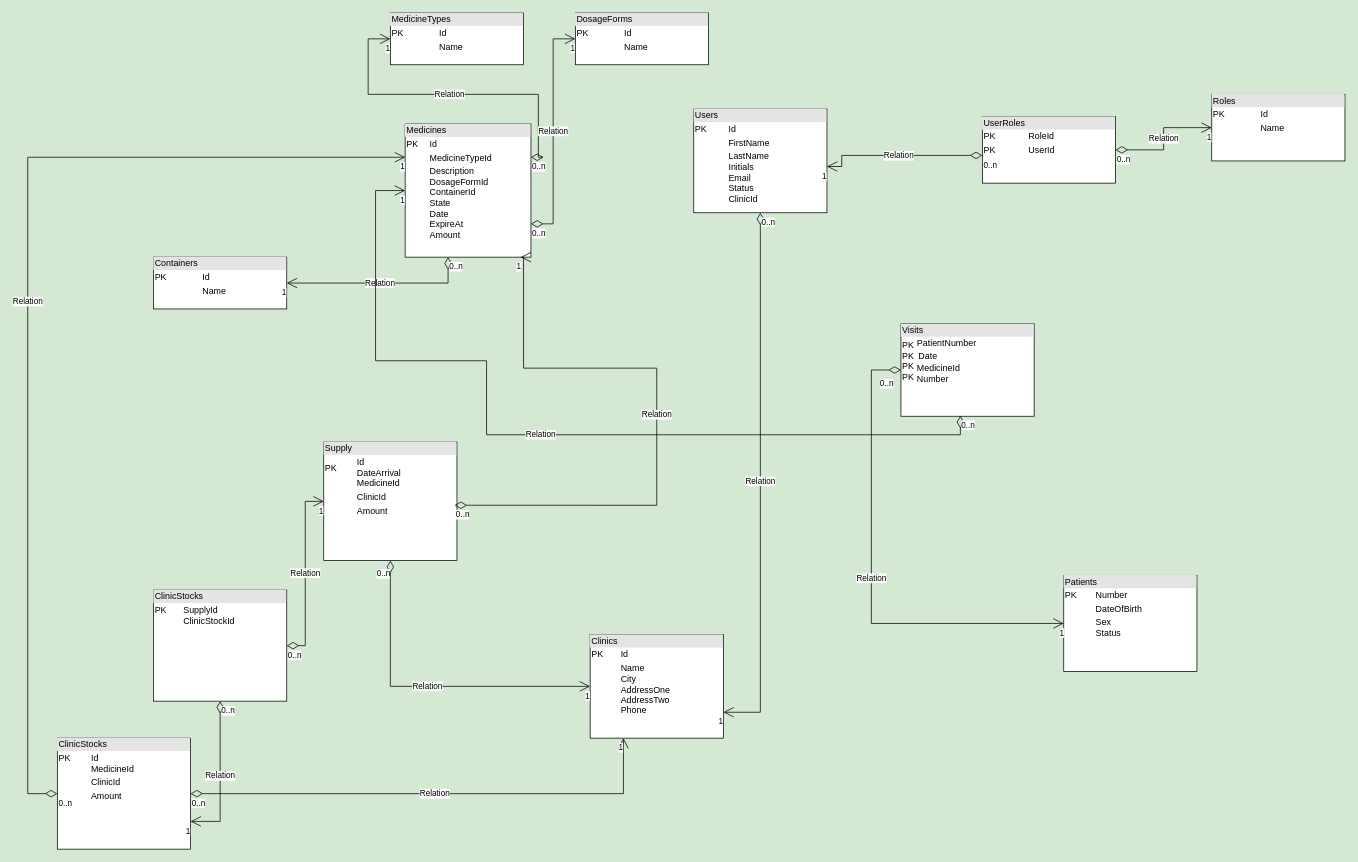
Before: diagram/MedicalResearch.drawio in ByklinDev/medical-research, a draw.io diagram. Source tidied: cells renumbered, new cells numbered last; positions are measured from the earlier drawing's top-left corner, leaving out a move shared by most shapes. Both pictures are drawn from the tidied source at 74%, with x=0, y=0 at pixel (27, 13).
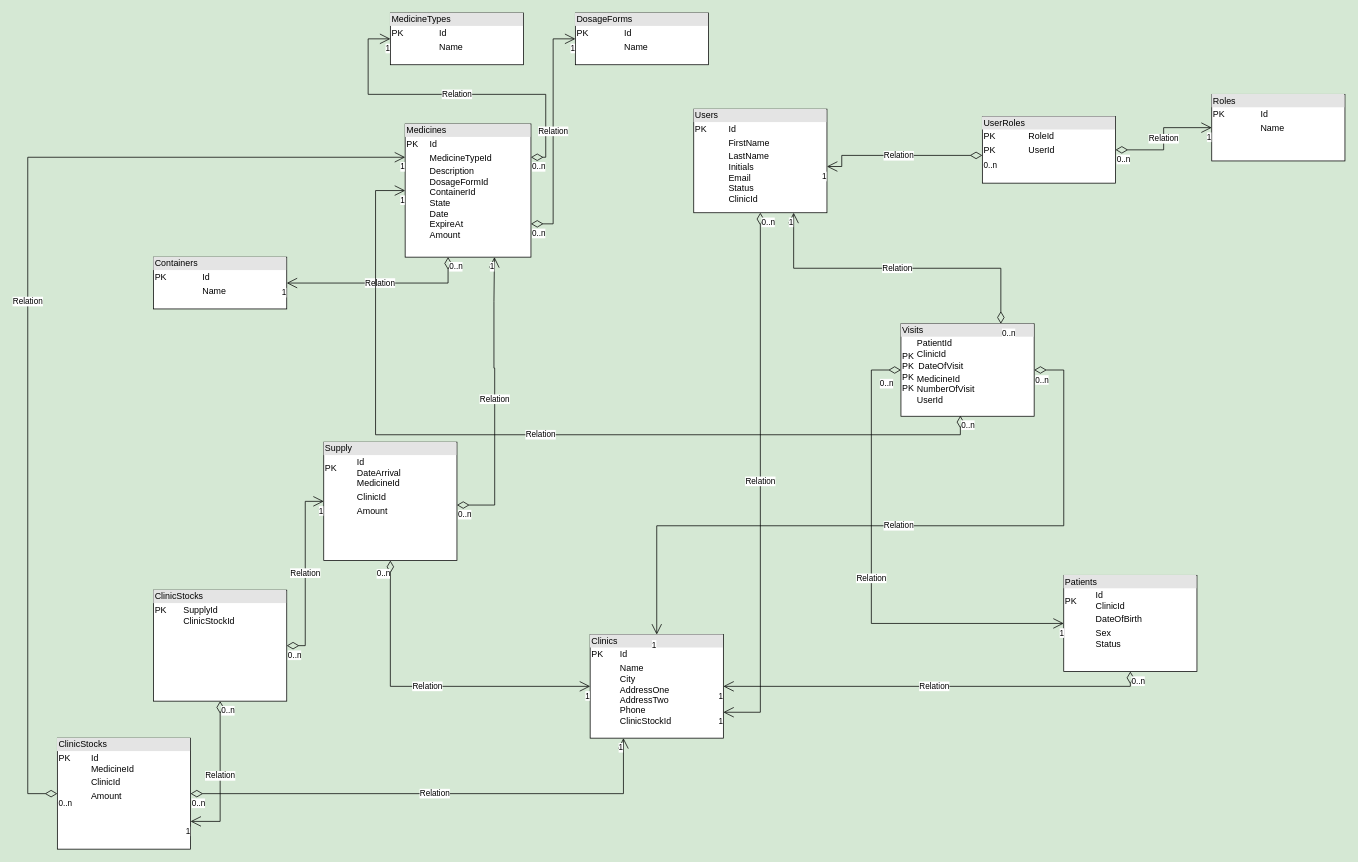
Above is the later version.

Unchanged cells that the change refers to:
```xml
<mxCell id="2" value="&lt;div style=&quot;box-sizing: border-box; width: 100%; background: rgb(228, 228, 228); padding: 2px;&quot;&gt;Users&lt;/div&gt;&lt;table style=&quot;width:100%;font-size:1em;&quot; cellpadding=&quot;2&quot; cellspacing=&quot;0&quot;&gt;&lt;tbody&gt;&lt;tr&gt;&lt;td&gt;PK&lt;/td&gt;&lt;td&gt;Id&lt;/td&gt;&lt;/tr&gt;&lt;tr&gt;&lt;td&gt;&lt;br&gt;&lt;/td&gt;&lt;td&gt;FirstName&lt;/td&gt;&lt;/tr&gt;&lt;tr&gt;&lt;td&gt;&lt;/td&gt;&lt;td&gt;LastName&lt;br&gt;Initials&lt;br&gt;Email&lt;br&gt;Status&lt;br&gt;ClinicId&lt;/td&gt;&lt;/tr&gt;&lt;/tbody&gt;&lt;/table&gt;" style="verticalAlign=top;align=left;overflow=fill;html=1;whiteSpace=wrap;" parent="1" vertex="1">
  <mxGeometry x="900" y="130" width="180" height="140" as="geometry" />
</mxCell>
<mxCell id="4" value="&lt;div style=&quot;box-sizing: border-box; width: 100%; background: rgb(228, 228, 228); padding: 2px;&quot;&gt;MedicineTypes&lt;/div&gt;&lt;table style=&quot;width:100%;font-size:1em;&quot; cellpadding=&quot;2&quot; cellspacing=&quot;0&quot;&gt;&lt;tbody&gt;&lt;tr&gt;&lt;td&gt;PK&lt;/td&gt;&lt;td&gt;Id&lt;/td&gt;&lt;/tr&gt;&lt;tr&gt;&lt;td&gt;&lt;br&gt;&lt;/td&gt;&lt;td&gt;Name&lt;/td&gt;&lt;/tr&gt;&lt;tr&gt;&lt;td&gt;&lt;/td&gt;&lt;td&gt;&lt;br&gt;&lt;/td&gt;&lt;/tr&gt;&lt;/tbody&gt;&lt;/table&gt;" style="verticalAlign=top;align=left;overflow=fill;html=1;whiteSpace=wrap;" parent="1" vertex="1">
  <mxGeometry x="490" width="180" height="70" as="geometry" />
</mxCell>
<mxCell id="6" value="&lt;div style=&quot;box-sizing: border-box; width: 100%; background: rgb(228, 228, 228); padding: 2px;&quot;&gt;Medicines&lt;/div&gt;&lt;table style=&quot;width:100%;font-size:1em;&quot; cellpadding=&quot;2&quot; cellspacing=&quot;0&quot;&gt;&lt;tbody&gt;&lt;tr&gt;&lt;td&gt;PK&lt;/td&gt;&lt;td&gt;Id&lt;/td&gt;&lt;/tr&gt;&lt;tr&gt;&lt;td&gt;&lt;br&gt;&lt;/td&gt;&lt;td&gt;MedicineTypeId&lt;/td&gt;&lt;/tr&gt;&lt;tr&gt;&lt;td&gt;&lt;/td&gt;&lt;td&gt;Description&lt;br&gt;DosageFormId&lt;br&gt;ContainerId&lt;br&gt;State&lt;br&gt;Date&lt;br&gt;ExpireAt&lt;br&gt;Amount&lt;br&gt;&lt;br&gt;&lt;br&gt;&lt;br&gt;&lt;br&gt;&lt;/td&gt;&lt;/tr&gt;&lt;/tbody&gt;&lt;/table&gt;" style="verticalAlign=top;align=left;overflow=fill;html=1;whiteSpace=wrap;" parent="1" vertex="1">
  <mxGeometry x="510" y="150" width="170" height="180" as="geometry" />
</mxCell>
<mxCell id="9" value="&lt;div style=&quot;box-sizing: border-box; width: 100%; background: rgb(228, 228, 228); padding: 2px;&quot;&gt;Supply&lt;/div&gt;&lt;table style=&quot;width:100%;font-size:1em;&quot; cellpadding=&quot;2&quot; cellspacing=&quot;0&quot;&gt;&lt;tbody&gt;&lt;tr&gt;&lt;td&gt;PK&lt;br&gt;&lt;br&gt;&lt;/td&gt;&lt;td&gt;Id&lt;br&gt;DateArrival&lt;br&gt;MedicineId&lt;/td&gt;&lt;/tr&gt;&lt;tr&gt;&lt;td&gt;&lt;br&gt;&lt;/td&gt;&lt;td&gt;ClinicId&lt;/td&gt;&lt;/tr&gt;&lt;tr&gt;&lt;td&gt;&lt;/td&gt;&lt;td&gt;Amount&lt;br&gt;&lt;br&gt;&lt;/td&gt;&lt;/tr&gt;&lt;/tbody&gt;&lt;/table&gt;" style="verticalAlign=top;align=left;overflow=fill;html=1;whiteSpace=wrap;" parent="1" vertex="1">
  <mxGeometry x="400" y="580" width="180" height="160" as="geometry" />
</mxCell>
```

Change to the diagram source:
```diff
@@
-    <mxCell id="10" value="&lt;div style=&quot;box-sizing: border-box; width: 100%; background: rgb(228, 228, 228); padding: 2px;&quot;&gt;Clinics&lt;/div&gt;&lt;table style=&quot;width:100%;font-size:1em;&quot; cellpadding=&quot;2&quot; cellspacing=&quot;0&quot;&gt;&lt;tbody&gt;&lt;tr&gt;&lt;td&gt;PK&lt;/td&gt;&lt;td&gt;Id&lt;/td&gt;&lt;/tr&gt;&lt;tr&gt;&lt;td&gt;&lt;br&gt;&lt;/td&gt;&lt;td&gt;Name&lt;br&gt;City&lt;br&gt;AddressOne&lt;br&gt;AddressTwo&lt;br&gt;Phone&lt;/td&gt;&lt;/tr&gt;&lt;tr&gt;&lt;td&gt;&lt;/td&gt;&lt;td&gt;&lt;br&gt;&lt;/td&gt;&lt;/tr&gt;&lt;/tbody&gt;&lt;/table&gt;" style="verticalAlign=top;align=left;overflow=fill;html=1;whiteSpace=wrap;" parent="1" vertex="1">
+    <mxCell id="10" value="&lt;div style=&quot;box-sizing: border-box; width: 100%; background: rgb(228, 228, 228); padding: 2px;&quot;&gt;Clinics&lt;/div&gt;&lt;table style=&quot;width:100%;font-size:1em;&quot; cellpadding=&quot;2&quot; cellspacing=&quot;0&quot;&gt;&lt;tbody&gt;&lt;tr&gt;&lt;td&gt;PK&lt;/td&gt;&lt;td&gt;Id&lt;/td&gt;&lt;/tr&gt;&lt;tr&gt;&lt;td&gt;&lt;br&gt;&lt;/td&gt;&lt;td&gt;Name&lt;br&gt;City&lt;br&gt;AddressOne&lt;br&gt;AddressTwo&lt;br&gt;Phone&lt;br&gt;ClinicStockId&lt;/td&gt;&lt;/tr&gt;&lt;tr&gt;&lt;td&gt;&lt;/td&gt;&lt;td&gt;&lt;br&gt;&lt;/td&gt;&lt;/tr&gt;&lt;/tbody&gt;&lt;/table&gt;" style="verticalAlign=top;align=left;overflow=fill;html=1;whiteSpace=wrap;" parent="1" vertex="1">
       <mxGeometry x="760" y="840" width="180" height="140" as="geometry" />
     </mxCell>
-    <mxCell id="11" value="Relation" style="endArrow=open;html=1;endSize=12;startArrow=diamondThin;startSize=14;startFill=0;edgeStyle=orthogonalEdgeStyle;rounded=0;exitX=0.982;exitY=0.533;exitDx=0;exitDy=0;entryX=0.918;entryY=1;entryDx=0;entryDy=0;exitPerimeter=0;entryPerimeter=0;" parent="1" edge="1" source="9" target="6">
+    <mxCell id="11" value="Relation" style="endArrow=open;html=1;endSize=12;startArrow=diamondThin;startSize=14;startFill=0;edgeStyle=orthogonalEdgeStyle;rounded=0;entryX=0.75;entryY=1;entryDx=0;entryDy=0;" parent="1" edge="1">
       <mxGeometry relative="1" as="geometry">
+        <mxPoint x="580" y="665" as="sourcePoint" />
+        <mxPoint x="630.7" y="330" as="targetPoint" />
         <Array as="points">
-          <mxPoint x="850" y="665" />
-          <mxPoint x="850" y="480" />
-          <mxPoint x="670" y="480" />
-          <mxPoint x="670" y="330" />
+          <mxPoint x="631" y="665" />
+          <mxPoint x="631" y="480" />
+          <mxPoint x="630" y="480" />
+          <mxPoint x="630" y="390" />
         </Array>
       </mxGeometry>
     </mxCell>
@@
     <mxCell id="23" value="Relation" style="endArrow=open;html=1;endSize=12;startArrow=diamondThin;startSize=14;startFill=0;edgeStyle=orthogonalEdgeStyle;rounded=0;exitX=1;exitY=0.25;exitDx=0;exitDy=0;entryX=0;entryY=0.5;entryDx=0;entryDy=0;" parent="1" edge="1" source="6" target="4">
       <mxGeometry relative="1" as="geometry">
         <Array as="points">
-          <mxPoint x="690" y="195" />
-          <mxPoint x="690" y="110" />
+          <mxPoint x="700" y="195" />
+          <mxPoint x="700" y="110" />
           <mxPoint x="460" y="110" />
           <mxPoint x="460" y="35" />
         </Array>
       </mxGeometry>
     </mxCell>
@@
-    <mxCell id="32" value="&lt;div style=&quot;box-sizing: border-box; width: 100%; background: rgb(228, 228, 228); padding: 2px;&quot;&gt;Patients&lt;/div&gt;&lt;table style=&quot;width:100%;font-size:1em;&quot; cellpadding=&quot;2&quot; cellspacing=&quot;0&quot;&gt;&lt;tbody&gt;&lt;tr&gt;&lt;td&gt;PK&lt;/td&gt;&lt;td&gt;Number&lt;/td&gt;&lt;/tr&gt;&lt;tr&gt;&lt;td&gt;&lt;/td&gt;&lt;td&gt;DateOfBirth&lt;/td&gt;&lt;/tr&gt;&lt;tr&gt;&lt;td&gt;&lt;/td&gt;&lt;td&gt;Sex&lt;br&gt;Status&lt;/td&gt;&lt;/tr&gt;&lt;/tbody&gt;&lt;/table&gt;" style="verticalAlign=top;align=left;overflow=fill;html=1;whiteSpace=wrap;" parent="1" vertex="1">
+    <mxCell id="32" value="&lt;div style=&quot;box-sizing: border-box; width: 100%; background: rgb(228, 228, 228); padding: 2px;&quot;&gt;Patients&lt;/div&gt;&lt;table style=&quot;width:100%;font-size:1em;&quot; cellpadding=&quot;2&quot; cellspacing=&quot;0&quot;&gt;&lt;tbody&gt;&lt;tr&gt;&lt;td&gt;PK&lt;/td&gt;&lt;td&gt;Id&lt;br&gt;ClinicId&lt;/td&gt;&lt;/tr&gt;&lt;tr&gt;&lt;td&gt;&lt;/td&gt;&lt;td&gt;DateOfBirth&lt;/td&gt;&lt;/tr&gt;&lt;tr&gt;&lt;td&gt;&lt;/td&gt;&lt;td&gt;Sex&lt;br&gt;Status&lt;/td&gt;&lt;/tr&gt;&lt;/tbody&gt;&lt;/table&gt;" style="verticalAlign=top;align=left;overflow=fill;html=1;whiteSpace=wrap;" parent="1" vertex="1">
       <mxGeometry x="1400" y="760" width="180" height="130" as="geometry" />
     </mxCell>
-    <mxCell id="33" value="&lt;div style=&quot;box-sizing: border-box; width: 100%; background: rgb(228, 228, 228); padding: 2px;&quot;&gt;Visits&lt;/div&gt;&lt;table style=&quot;width:100%;font-size:1em;&quot; cellpadding=&quot;2&quot; cellspacing=&quot;0&quot;&gt;&lt;tbody&gt;&lt;tr&gt;&lt;td&gt;PK&lt;br&gt;PK&lt;br&gt;PK&lt;br&gt;PK&lt;/td&gt;&lt;td&gt;PatientNumber&lt;span style=&quot;white-space: pre;&quot;&gt;&#9;&lt;/span&gt;&lt;span style=&quot;white-space: pre;&quot;&gt;&#9;&lt;/span&gt;&lt;table style=&quot;font-size: 1em; width: 180px;&quot; cellpadding=&quot;2&quot; cellspacing=&quot;0&quot;&gt;&lt;tbody&gt;&lt;tr&gt;&lt;td&gt;Date&lt;/td&gt;&lt;/tr&gt;&lt;tr&gt;&lt;/tr&gt;&lt;/tbody&gt;&lt;/table&gt;MedicineId&lt;br&gt;Number&lt;/td&gt;&lt;/tr&gt;&lt;tr&gt;&lt;td&gt;&lt;br&gt;&lt;/td&gt;&lt;td&gt;&lt;br&gt;&lt;br&gt;&lt;/td&gt;&lt;/tr&gt;&lt;tr&gt;&lt;td&gt;&lt;/td&gt;&lt;td&gt;&lt;br&gt;&lt;/td&gt;&lt;/tr&gt;&lt;/tbody&gt;&lt;/table&gt;" style="verticalAlign=top;align=left;overflow=fill;html=1;whiteSpace=wrap;" parent="1" vertex="1">
+    <mxCell id="33" value="&lt;div style=&quot;box-sizing: border-box; width: 100%; background: rgb(228, 228, 228); padding: 2px;&quot;&gt;Visits&lt;/div&gt;&lt;table style=&quot;width:100%;font-size:1em;&quot; cellpadding=&quot;2&quot; cellspacing=&quot;0&quot;&gt;&lt;tbody&gt;&lt;tr&gt;&lt;td&gt;PK&lt;br&gt;PK&lt;br&gt;PK&lt;br&gt;PK&lt;/td&gt;&lt;td&gt;PatientId&lt;span style=&quot;white-space: pre;&quot;&gt;&#9;&lt;/span&gt;&lt;br&gt;ClinicId&lt;span style=&quot;white-space: pre;&quot;&gt;&#9;&lt;/span&gt;&lt;table style=&quot;font-size: 1em; width: 180px;&quot; cellpadding=&quot;2&quot; cellspacing=&quot;0&quot;&gt;&lt;tbody&gt;&lt;tr&gt;&lt;td&gt;DateOfVisit&lt;/td&gt;&lt;/tr&gt;&lt;tr&gt;&lt;/tr&gt;&lt;/tbody&gt;&lt;/table&gt;MedicineId&lt;br&gt;NumberOfVisit&lt;br&gt;UserId&lt;/td&gt;&lt;/tr&gt;&lt;tr&gt;&lt;td&gt;&lt;br&gt;&lt;/td&gt;&lt;td&gt;&lt;br&gt;&lt;br&gt;&lt;/td&gt;&lt;/tr&gt;&lt;tr&gt;&lt;td&gt;&lt;/td&gt;&lt;td&gt;&lt;br&gt;&lt;/td&gt;&lt;/tr&gt;&lt;/tbody&gt;&lt;/table&gt;" style="verticalAlign=top;align=left;overflow=fill;html=1;whiteSpace=wrap;" parent="1" vertex="1">
       <mxGeometry x="1180" y="420" width="180" height="125" as="geometry" />
     </mxCell>
@@
     <mxCell id="40" value="Relation" style="endArrow=open;html=1;endSize=12;startArrow=diamondThin;startSize=14;startFill=0;edgeStyle=orthogonalEdgeStyle;rounded=0;entryX=0;entryY=0.5;entryDx=0;entryDy=0;exitX=0.446;exitY=0.995;exitDx=0;exitDy=0;exitPerimeter=0;" parent="1" edge="1" source="33" target="6">
       <mxGeometry relative="1" as="geometry">
         <Array as="points">
           <mxPoint x="1260" y="570" />
-          <mxPoint x="620" y="570" />
-          <mxPoint x="620" y="470" />
-          <mxPoint x="470" y="470" />
+          <mxPoint x="470" y="570" />
           <mxPoint x="470" y="240" />
         </Array>
       </mxGeometry>
     </mxCell>
@@
+    <mxCell id="57" value="Relation" style="endArrow=open;html=1;endSize=12;startArrow=diamondThin;startSize=14;startFill=0;edgeStyle=orthogonalEdgeStyle;rounded=0;entryX=1;entryY=0.5;entryDx=0;entryDy=0;exitX=0.5;exitY=1;exitDx=0;exitDy=0;" parent="1" edge="1" source="32" target="10">
+      <mxGeometry relative="1" as="geometry" />
+    </mxCell>
+    <mxCell id="58" value="0..n" style="edgeLabel;html=1;align=left;verticalAlign=top;" parent="57" vertex="1">
+      <mxGeometry x="-1" relative="1" as="geometry" />
+    </mxCell>
+    <mxCell id="59" value="1" style="edgeLabel;html=1;align=right;verticalAlign=top;" parent="57" vertex="1">
+      <mxGeometry x="1" relative="1" as="geometry" />
+    </mxCell>
+    <mxCell id="60" value="Relation" style="endArrow=open;html=1;endSize=12;startArrow=diamondThin;startSize=14;startFill=0;edgeStyle=orthogonalEdgeStyle;rounded=0;entryX=0.5;entryY=0;entryDx=0;entryDy=0;exitX=1;exitY=0.5;exitDx=0;exitDy=0;" parent="1" edge="1" source="33" target="10">
+      <mxGeometry relative="1" as="geometry">
+        <Array as="points">
+          <mxPoint x="1400" y="483" />
+          <mxPoint x="1400" y="693" />
+          <mxPoint x="850" y="693" />
+        </Array>
+      </mxGeometry>
+    </mxCell>
+    <mxCell id="61" value="0..n" style="edgeLabel;html=1;align=left;verticalAlign=top;" parent="60" vertex="1">
+      <mxGeometry x="-1" relative="1" as="geometry" />
+    </mxCell>
+    <mxCell id="62" value="1" style="edgeLabel;html=1;align=right;verticalAlign=top;" parent="60" vertex="1">
+      <mxGeometry x="1" relative="1" as="geometry" />
+    </mxCell>
+    <mxCell id="63" value="Relation" style="endArrow=open;html=1;endSize=12;startArrow=diamondThin;startSize=14;startFill=0;edgeStyle=orthogonalEdgeStyle;rounded=0;entryX=0.75;entryY=1;entryDx=0;entryDy=0;exitX=0.75;exitY=0;exitDx=0;exitDy=0;" parent="1" edge="1" source="33" target="2">
+      <mxGeometry relative="1" as="geometry" />
+    </mxCell>
+    <mxCell id="64" value="0..n" style="edgeLabel;html=1;align=left;verticalAlign=top;" parent="63" vertex="1">
+      <mxGeometry x="-1" relative="1" as="geometry" />
+    </mxCell>
+    <mxCell id="65" value="1" style="edgeLabel;html=1;align=right;verticalAlign=top;" parent="63" vertex="1">
+      <mxGeometry x="1" relative="1" as="geometry" />
+    </mxCell>
```
